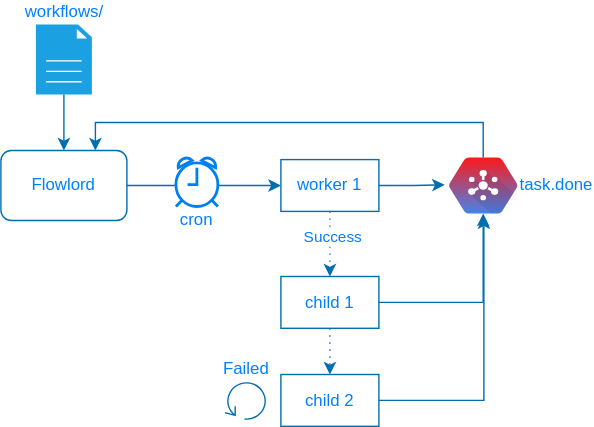
Before: apps/taskmasters/flowlord/flowlord.drawio.svg, a diagram exported from draw.io (pcelvng/task-tools). Source tidied: cells renumbered, new cells last; positions are measured from the earlier drawing's top-left corner, leaving out a move shared by most shapes.
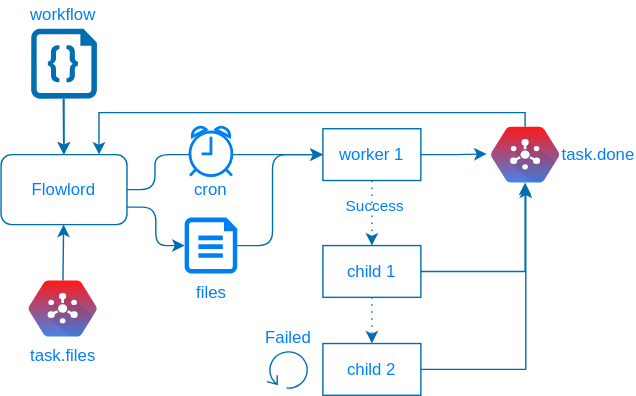
Above is the later version.

Change to the diagram source:
```diff
@@ -2,14 +2,21 @@
   <root>
     <mxCell id="0" />
     <mxCell id="1" parent="0" />
-    <mxCell id="2" style="edgeStyle=orthogonalEdgeStyle;rounded=0;jettySize=auto;html=1;entryX=0.5;entryY=0;entryDx=0;entryDy=0;fillColor=#1ba1e2;strokeColor=#006EAF;" parent="1" edge="1" source="3" target="5">
-      <mxGeometry relative="1" as="geometry" />
+    <mxCell id="2" style="edgeStyle=orthogonalEdgeStyle;rounded=0;jettySize=auto;html=1;entryX=0.5;entryY=0;entryDx=0;entryDy=0;fillColor=#1ba1e2;strokeColor=#006EAF;" parent="1" edge="1" target="5">
+      <mxGeometry relative="1" as="geometry">
+        <mxPoint x="45" y="50" as="sourcePoint" />
+      </mxGeometry>
     </mxCell>
-    <mxCell id="3" value="workflows/" style="shadow=0;dashed=0;html=1;strokeColor=#006EAF;fillColor=#1ba1e2;labelPosition=center;verticalLabelPosition=top;verticalAlign=bottom;align=center;outlineConnect=0;shape=mxgraph.veeam2.file;fontColor=#007FFF;" parent="1" vertex="1">
-      <mxGeometry x="25" width="40" height="50" as="geometry" />
-    </mxCell>
+    <mxCell id="20" style="edgeStyle=orthogonalEdgeStyle;html=1;exitX=1;exitY=0.75;exitDx=0;exitDy=0;entryX=0;entryY=0.5;entryDx=0;entryDy=0;entryPerimeter=0;fontColor=#0080F0;strokeColor=#006EAF;" parent="1" edge="1" source="5" target="25">
+      <mxGeometry relative="1" as="geometry" />
+    </mxCell>
-    <mxCell id="4" style="edgeStyle=orthogonalEdgeStyle;rounded=0;jettySize=auto;html=1;exitX=1;exitY=0.5;exitDx=0;exitDy=0;fillColor=#1ba1e2;strokeColor=#006EAF;" parent="1" edge="1" source="5" target="9">
-      <mxGeometry relative="1" as="geometry" />
+    <mxCell id="4" style="edgeStyle=orthogonalEdgeStyle;html=1;exitX=1;exitY=0.5;exitDx=0;exitDy=0;fontColor=#0080F0;strokeColor=#006EAF;entryX=0;entryY=0.5;entryDx=0;entryDy=0;" parent="1" edge="1" source="5" target="9">
+      <mxGeometry relative="1" as="geometry">
+        <Array as="points">
+          <mxPoint x="110" y="115" />
+          <mxPoint x="110" y="90" />
+        </Array>
+      </mxGeometry>
     </mxCell>
     <mxCell id="5" value="Flowlord" style="rounded=1;whiteSpace=wrap;html=1;strokeColor=#006EAF;fontColor=#007FFF;" parent="1" vertex="1">
       <mxGeometry y="90" width="90" height="50" as="geometry" />
@@ -17,49 +24,82 @@
     <mxCell id="6" style="edgeStyle=orthogonalEdgeStyle;rounded=0;jettySize=auto;html=1;exitX=1;exitY=0.5;exitDx=0;exitDy=0;entryX=-0.061;entryY=0.488;entryDx=0;entryDy=0;entryPerimeter=0;fillColor=#1ba1e2;strokeColor=#006EAF;" parent="1" edge="1" source="9" target="11">
       <mxGeometry relative="1" as="geometry" />
     </mxCell>
+    <mxCell id="10" style="edgeStyle=orthogonalEdgeStyle;rounded=0;jettySize=auto;html=1;fillColor=#1ba1e2;strokeColor=#006EAF;" parent="1" edge="1" source="11">
+      <mxGeometry relative="1" as="geometry">
+        <mxPoint x="70" y="90" as="targetPoint" />
+        <Array as="points">
+          <mxPoint x="375" y="60" />
+          <mxPoint x="70" y="60" />
+          <mxPoint x="70" y="90" />
+        </Array>
+      </mxGeometry>
+    </mxCell>
+    <mxCell id="11" value="task.done" style="shape=mxgraph.gcp.big_data.cloud_pubsub;html=1;fillColor=#FD1919;gradientColor=#4683EA;strokeColor=none;verticalLabelPosition=middle;verticalAlign=middle;align=left;labelPosition=right;textDirection=ltr;fontColor=#007FFF;" parent="1" vertex="1">
+      <mxGeometry x="350" y="70" width="49" height="40" as="geometry" />
+    </mxCell>
+    <mxCell id="13" style="edgeStyle=orthogonalEdgeStyle;rounded=0;jettySize=auto;html=1;exitX=1;exitY=0.5;exitDx=0;exitDy=0;fillColor=#1ba1e2;strokeColor=#006EAF;" parent="1" edge="1" source="14" target="11">
+      <mxGeometry relative="1" as="geometry" />
+    </mxCell>
+    <mxCell id="15" style="edgeStyle=orthogonalEdgeStyle;rounded=0;jettySize=auto;html=1;entryX=0.51;entryY=1.05;entryDx=0;entryDy=0;entryPerimeter=0;fillColor=#1ba1e2;strokeColor=#006EAF;" parent="1" edge="1" source="16" target="11">
+      <mxGeometry relative="1" as="geometry" />
+    </mxCell>
+    <mxCell id="19" value="cron" style="text;html=1;strokeColor=none;fillColor=none;align=center;verticalAlign=middle;whiteSpace=wrap;rounded=0;fontColor=#007FFF;" parent="1" vertex="1">
+      <mxGeometry x="130" y="105" width="40" height="20" as="geometry" />
+    </mxCell>
+    <mxCell id="21" style="edgeStyle=none;html=1;strokeColor=#006EAF;" parent="1" edge="1" source="22" target="5">
+      <mxGeometry relative="1" as="geometry" />
+    </mxCell>
+    <mxCell id="22" value="task.files" style="shape=mxgraph.gcp.big_data.cloud_pubsub;html=1;fillColor=#FD1919;gradientColor=#4683EA;strokeColor=none;verticalLabelPosition=bottom;verticalAlign=top;align=center;labelPosition=center;textDirection=ltr;fontColor=#007FFF;" parent="1" vertex="1">
+      <mxGeometry x="19.5" y="180" width="49" height="40" as="geometry" />
+    </mxCell>
+    <mxCell id="23" style="edgeStyle=none;html=1;strokeColor=#006EAF;" parent="1" edge="1" target="5">
+      <mxGeometry relative="1" as="geometry">
+        <mxPoint x="44.5" y="50" as="sourcePoint" />
+      </mxGeometry>
+    </mxCell>
+    <mxCell id="24" style="edgeStyle=orthogonalEdgeStyle;html=1;exitX=1;exitY=0.5;exitDx=0;exitDy=0;exitPerimeter=0;entryX=0;entryY=0.5;entryDx=0;entryDy=0;fontColor=#0080F0;strokeColor=#006EAF;" parent="1" edge="1" source="25" target="9">
+      <mxGeometry relative="1" as="geometry">
+        <Array as="points">
+          <mxPoint x="194" y="155" />
+          <mxPoint x="194" y="90" />
+        </Array>
+      </mxGeometry>
+    </mxCell>
+    <mxCell id="25" value="files" style="shadow=0;dashed=0;html=1;labelPosition=center;verticalLabelPosition=bottom;verticalAlign=top;align=center;shape=mxgraph.azure.file;sketch=0;fillColor=#0080F0;strokeColor=none;fontColor=#0080F0;" parent="1" vertex="1">
+      <mxGeometry x="131.2" y="135" width="37.6" height="40" as="geometry" />
+    </mxCell>
+    <mxCell id="26" style="shadow=0;dashed=0;html=1;strokeColor=none;labelPosition=center;verticalLabelPosition=bottom;verticalAlign=top;align=center;shape=mxgraph.azure.code_file;fillColor=#006EAF;" parent="1" vertex="1">
+      <mxGeometry x="21.5" width="47" height="50" as="geometry" />
+    </mxCell>
+    <mxCell id="27" value="workflow&lt;br&gt;" style="text;html=1;align=center;verticalAlign=middle;fillColor=none;strokeColor=none;rounded=0;fontColor=#0080F0;" parent="1" vertex="1">
+      <mxGeometry x="14" y="-20" width="60" height="20" as="geometry" />
+    </mxCell>
+    <mxCell id="18" style="html=1;verticalLabelPosition=bottom;align=center;labelBackgroundColor=#ffffff;verticalAlign=top;strokeWidth=2;strokeColor=#0080F0;shadow=0;dashed=0;shape=mxgraph.ios7.icons.alarm_clock;" parent="1" vertex="1">
+      <mxGeometry x="135" y="70" width="30" height="35" as="geometry" />
+    </mxCell>
+    <mxCell id="28" style="group;" parent="1" vertex="1">
+      <mxGeometry x="190" y="71.5" width="110" height="190.5" as="geometry" />
+    </mxCell>
+    <mxCell id="9" value="worker 1" style="rounded=0;whiteSpace=wrap;html=1;strokeColor=#006EAF;fontColor=#007FFF;" parent="28" vertex="1">
+      <mxGeometry x="40" width="70" height="37" as="geometry" />
+    </mxCell>
+    <mxCell id="14" value="child 1" style="rounded=0;whiteSpace=wrap;html=1;strokeColor=#006EAF;fontColor=#007FFF;" parent="28" vertex="1">
+      <mxGeometry x="40" y="83.5" width="70" height="37" as="geometry" />
+    </mxCell>
-    <mxCell id="7" style="edgeStyle=orthogonalEdgeStyle;rounded=0;jettySize=auto;html=1;exitX=0.5;exitY=1;exitDx=0;exitDy=0;entryX=0.5;entryY=0;entryDx=0;entryDy=0;dashed=1;dashPattern=1 4;fillColor=#1ba1e2;strokeColor=#006EAF;" parent="1" edge="1" source="9" target="14">
+    <mxCell id="7" style="edgeStyle=orthogonalEdgeStyle;rounded=0;jettySize=auto;html=1;exitX=0.5;exitY=1;exitDx=0;exitDy=0;entryX=0.5;entryY=0;entryDx=0;entryDy=0;dashed=1;dashPattern=1 4;fillColor=#1ba1e2;strokeColor=#006EAF;" parent="28" edge="1" source="9" target="14">
       <mxGeometry relative="1" as="geometry" />
     </mxCell>
-    <mxCell id="8" value="Success" style="edgeLabel;html=1;align=center;verticalAlign=middle;fontColor=#007FFF;" parent="7" vertex="1">
+    <mxCell id="8" value="Success" style="edgeLabel;html=1;align=center;verticalAlign=middle;fontColor=#007FFF;labelBackgroundColor=none;" parent="7" vertex="1">
       <mxGeometry x="-0.25" y="1" relative="1" as="geometry" />
     </mxCell>
-    <mxCell id="9" value="worker 1" style="rounded=0;whiteSpace=wrap;html=1;strokeColor=#006EAF;fontColor=#007FFF;" parent="1" vertex="1">
-      <mxGeometry x="200" y="96.5" width="70" height="37" as="geometry" />
-    </mxCell>
-    <mxCell id="10" style="edgeStyle=orthogonalEdgeStyle;rounded=0;jettySize=auto;html=1;entryX=0.75;entryY=0;entryDx=0;entryDy=0;fillColor=#1ba1e2;strokeColor=#006EAF;" parent="1" edge="1" source="11" target="5">
-      <mxGeometry relative="1" as="geometry">
-        <Array as="points">
-          <mxPoint x="345" y="70" />
-          <mxPoint x="68" y="70" />
-        </Array>
-      </mxGeometry>
-    </mxCell>
-    <mxCell id="11" value="task.done" style="shape=mxgraph.gcp.big_data.cloud_pubsub;html=1;fillColor=#FD1919;gradientColor=#4683EA;strokeColor=none;verticalLabelPosition=middle;verticalAlign=middle;align=left;labelPosition=right;textDirection=ltr;fontColor=#007FFF;" parent="1" vertex="1">
-      <mxGeometry x="320" y="95" width="49" height="40" as="geometry" />
-    </mxCell>
+    <mxCell id="16" value="child 2" style="rounded=0;whiteSpace=wrap;html=1;strokeColor=#006EAF;fontColor=#007FFF;" parent="28" vertex="1">
+      <mxGeometry x="40" y="153.5" width="70" height="37" as="geometry" />
+    </mxCell>
-    <mxCell id="12" style="edgeStyle=orthogonalEdgeStyle;rounded=0;jettySize=auto;html=1;exitX=0.5;exitY=1;exitDx=0;exitDy=0;entryX=0.5;entryY=0;entryDx=0;entryDy=0;dashed=1;dashPattern=1 4;fillColor=#1ba1e2;strokeColor=#006EAF;" parent="1" edge="1" source="14" target="16">
+    <mxCell id="12" style="edgeStyle=orthogonalEdgeStyle;rounded=0;jettySize=auto;html=1;exitX=0.5;exitY=1;exitDx=0;exitDy=0;entryX=0.5;entryY=0;entryDx=0;entryDy=0;dashed=1;dashPattern=1 4;fillColor=#1ba1e2;strokeColor=#006EAF;" parent="28" edge="1" source="14" target="16">
       <mxGeometry relative="1" as="geometry" />
     </mxCell>
-    <mxCell id="13" style="edgeStyle=orthogonalEdgeStyle;rounded=0;jettySize=auto;html=1;exitX=1;exitY=0.5;exitDx=0;exitDy=0;fillColor=#1ba1e2;strokeColor=#006EAF;" parent="1" edge="1" source="14" target="11">
-      <mxGeometry relative="1" as="geometry" />
-    </mxCell>
-    <mxCell id="14" value="child 1" style="rounded=0;whiteSpace=wrap;html=1;strokeColor=#006EAF;fontColor=#007FFF;" parent="1" vertex="1">
-      <mxGeometry x="200" y="180" width="70" height="37" as="geometry" />
-    </mxCell>
-    <mxCell id="15" style="edgeStyle=orthogonalEdgeStyle;rounded=0;jettySize=auto;html=1;entryX=0.51;entryY=1.05;entryDx=0;entryDy=0;entryPerimeter=0;fillColor=#1ba1e2;strokeColor=#006EAF;" parent="1" edge="1" source="16" target="11">
-      <mxGeometry relative="1" as="geometry" />
-    </mxCell>
-    <mxCell id="16" value="child 2" style="rounded=0;whiteSpace=wrap;html=1;strokeColor=#006EAF;fontColor=#007FFF;" parent="1" vertex="1">
-      <mxGeometry x="200" y="250" width="70" height="37" as="geometry" />
-    </mxCell>
-    <mxCell id="17" value="Failed" style="shape=mxgraph.bpmn.loop;html=1;fillColor=#1ba1e2;align=center;labelPosition=center;verticalLabelPosition=top;verticalAlign=bottom;strokeColor=#006EAF;fontColor=#007FFF;" parent="1" vertex="1">
-      <mxGeometry x="160" y="254.5" width="30" height="28" as="geometry" />
+    <mxCell id="17" value="Failed" style="shape=mxgraph.bpmn.loop;html=1;fillColor=#1ba1e2;align=center;labelPosition=center;verticalLabelPosition=top;verticalAlign=bottom;strokeColor=#006EAF;fontColor=#007FFF;" parent="28" vertex="1">
+      <mxGeometry y="158" width="30" height="28" as="geometry" />
     </mxCell>
-    <mxCell id="18" style="html=1;verticalLabelPosition=bottom;align=center;labelBackgroundColor=#ffffff;verticalAlign=top;strokeWidth=2;strokeColor=#0080F0;shadow=0;dashed=0;shape=mxgraph.ios7.icons.alarm_clock;" parent="1" vertex="1">
-      <mxGeometry x="125" y="95" width="30" height="35" as="geometry" />
-    </mxCell>
-    <mxCell id="19" value="cron" style="text;html=1;strokeColor=none;fillColor=none;align=center;verticalAlign=middle;whiteSpace=wrap;rounded=0;fontColor=#007FFF;" parent="1" vertex="1">
-      <mxGeometry x="120" y="130" width="40" height="20" as="geometry" />
-    </mxCell>
   </root>
 </mxGraphModel>
```
